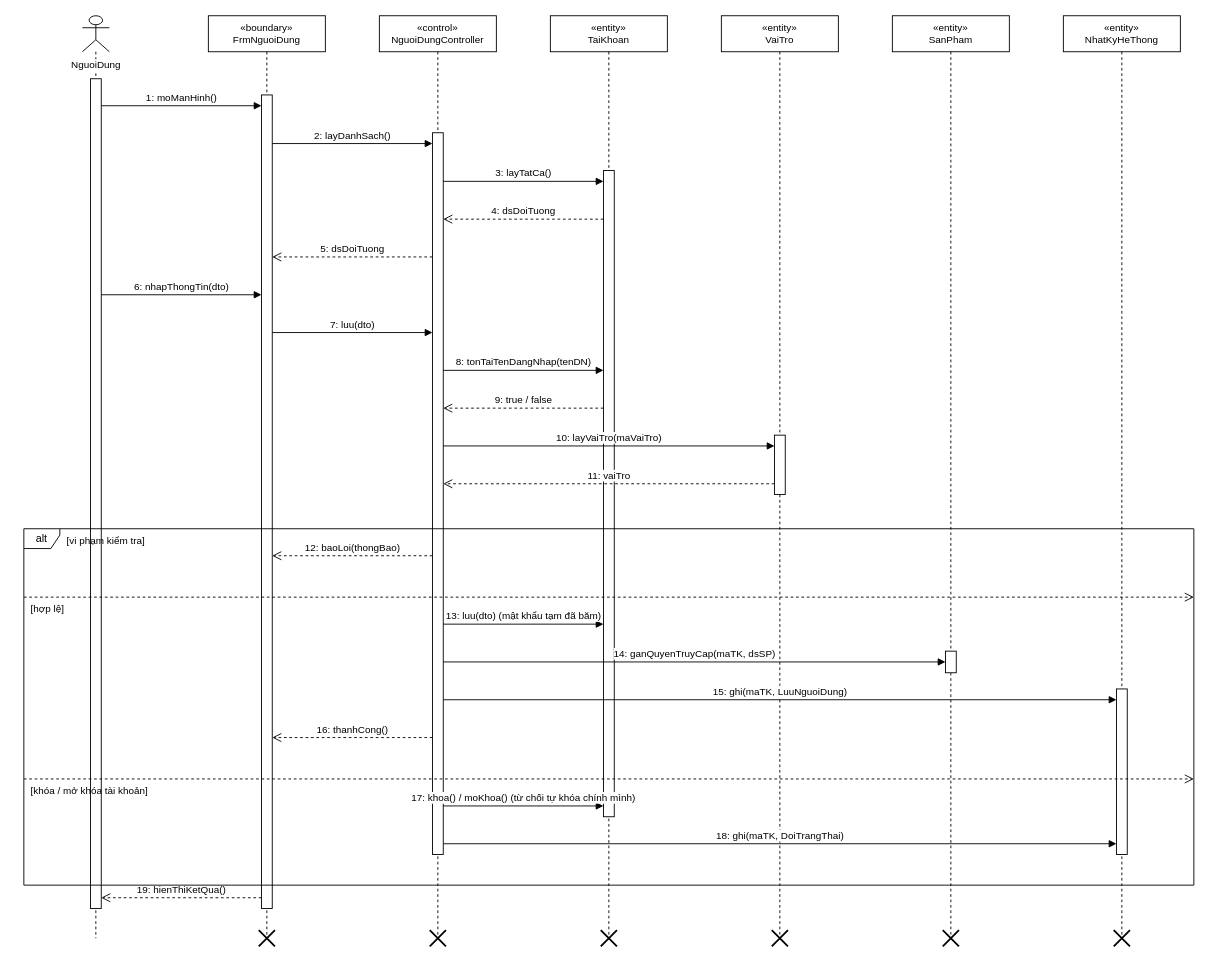
Above: docs/diagrams/03_TuanTu/UC_GD_004_Sequence_QuanLyNguoiDung.drawio in TranThienNhan8279/GreenDash (draw.io), before the change. Source tidied: cells renumbered, new cells numbered last; positions are measured from the earlier drawing's top-left corner, leaving out a move shared by most shapes. Both pictures are drawn from the tidied source at 90%, with x=0, y=0 at pixel (23, 15).
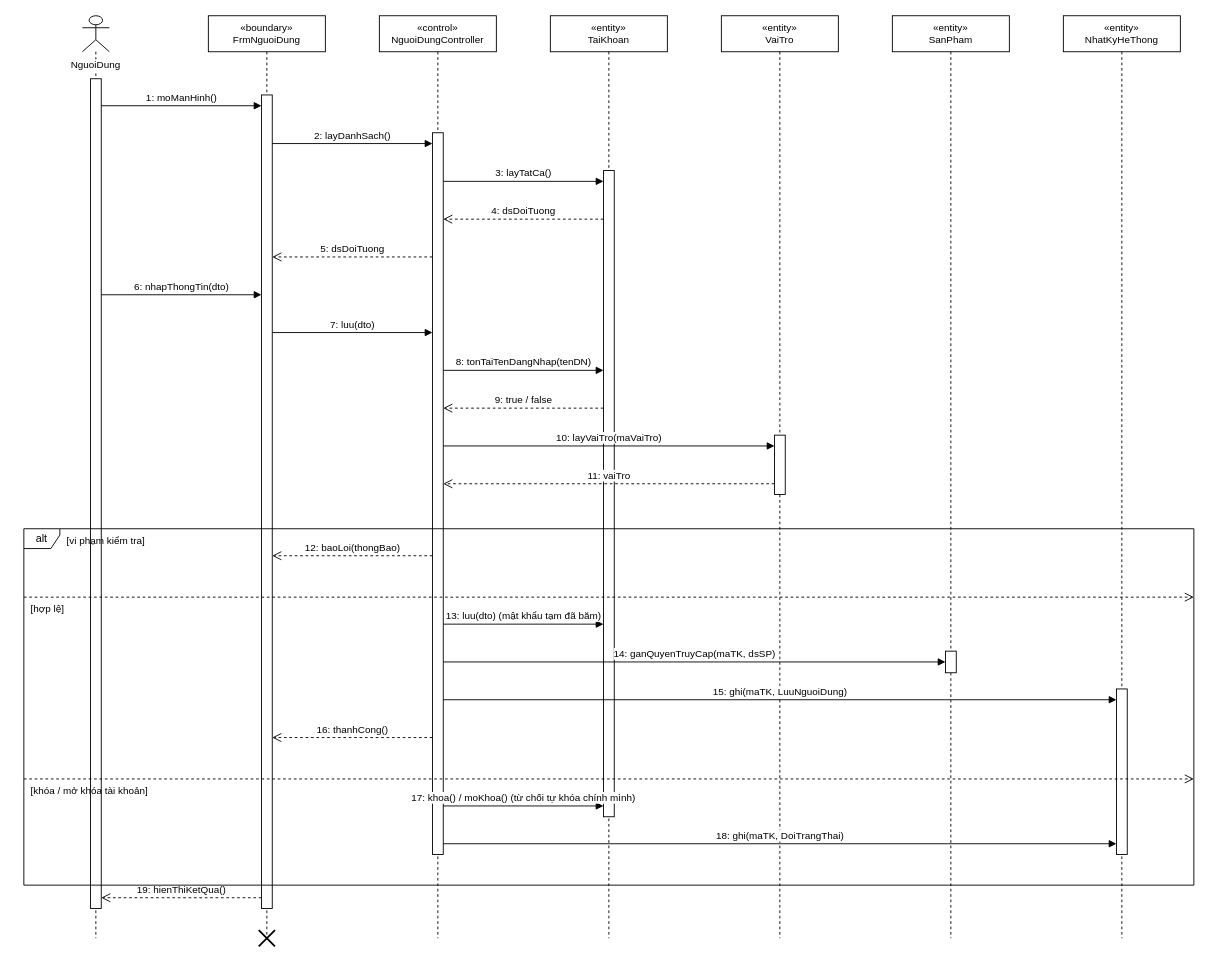
Above is the later version.

Diff of the diagram source:
```diff
@@
-    <mxCell id="2" value="NguoiDung" style="shape=umlLifeline;participant=umlActor;verticalAlign=top;spacingTop=42;labelBackgroundColor=#ffffff;perimeter=lifelinePerimeter;whiteSpace=nowrap;html=1;fontSize=11;" parent="1" vertex="1">
+    <mxCell id="2" value="NguoiDung" style="shape=umlLifeline;participant=umlActor;verticalAlign=top;spacingTop=42;labelBackgroundColor=#ffffff;perimeter=lifelinePerimeter;whiteSpace=wrap;html=1;fontSize=11;" parent="1" vertex="1">
       <mxGeometry x="65" width="30" height="1025" as="geometry" />
     </mxCell>
@@
-    <mxCell id="13" style="shape=umlDestroy;html=1;strokeWidth=2;strokeColor=#000000;" parent="1" vertex="1">
-      <mxGeometry x="451" y="1016" width="18" height="18" as="geometry" />
-    </mxCell>
@@
-    <mxCell id="15" style="shape=umlDestroy;html=1;strokeWidth=2;strokeColor=#000000;" parent="1" vertex="1">
-      <mxGeometry x="641" y="1016" width="18" height="18" as="geometry" />
-    </mxCell>
@@
-    <mxCell id="17" style="shape=umlDestroy;html=1;strokeWidth=2;strokeColor=#000000;" parent="1" vertex="1">
-      <mxGeometry x="831" y="1016" width="18" height="18" as="geometry" />
-    </mxCell>
@@
-    <mxCell id="19" style="shape=umlDestroy;html=1;strokeWidth=2;strokeColor=#000000;" parent="1" vertex="1">
-      <mxGeometry x="1021" y="1016" width="18" height="18" as="geometry" />
-    </mxCell>
@@
-    <mxCell id="21" style="shape=umlDestroy;html=1;strokeWidth=2;strokeColor=#000000;" parent="1" vertex="1">
-      <mxGeometry x="1211" y="1016" width="18" height="18" as="geometry" />
-    </mxCell>
```
